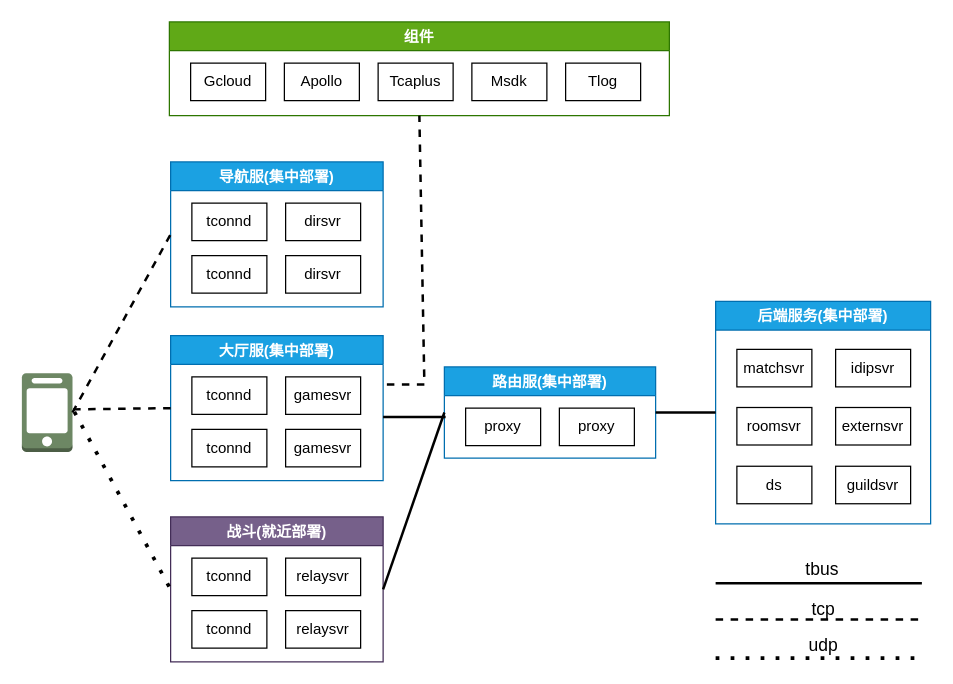
This is page "整体架构图" (1 of 10) of NISHIKI架构.drawio from Memoryss/NISHIKI, a draw.io file, before an edit. Source tidied: cells renumbered, new cells numbered last; positions are measured from the earlier drawing's top-left corner, leaving out a move shared by most shapes. Both pictures are drawn from the tidied source at 125%, with x=0, y=0 at pixel (21, 21).
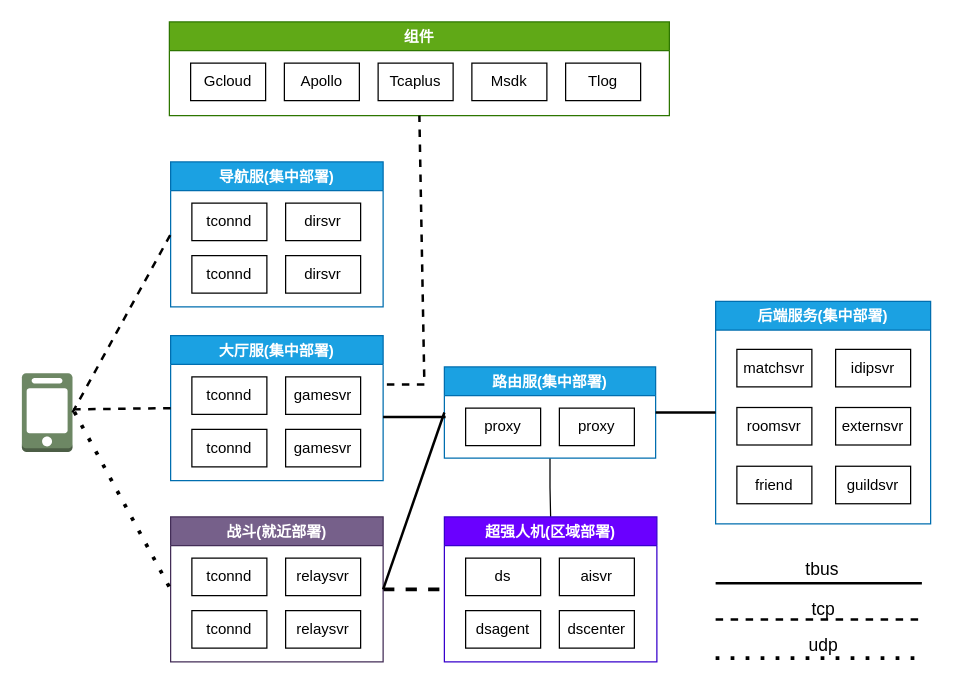
Above is the later version.

Unchanged cells that the change refers to:
```xml
<mxCell id="3" value="战斗(就近部署)" style="swimlane;fillColor=#76608a;fontColor=#ffffff;strokeColor=#432D57;" parent="1" vertex="1">
  <mxGeometry x="119" y="396" width="170" height="116" as="geometry" />
</mxCell>
<mxCell id="8" value="后端服务(集中部署)" style="swimlane;fillColor=#1ba1e2;fontColor=#ffffff;strokeColor=#006EAF;" parent="1" vertex="1">
  <mxGeometry x="555" y="223.5" width="172" height="178" as="geometry" />
</mxCell>
<mxCell id="25" value="路由服(集中部署)" style="swimlane;startSize=23;fillColor=#1ba1e2;fontColor=#ffffff;strokeColor=#006EAF;" parent="1" vertex="1">
  <mxGeometry x="338" y="276" width="169" height="73" as="geometry" />
</mxCell>
```

Change to the diagram source:
```diff
@@
+    <mxCell id="47" style="edgeStyle=orthogonalEdgeStyle;rounded=0;jettySize=auto;html=1;exitX=1;exitY=0.5;exitDx=0;exitDy=0;entryX=0;entryY=0.5;entryDx=0;entryDy=0;endArrow=none;endFill=0;dashed=1;strokeWidth=3;" parent="1" edge="1" source="3" target="49">
+      <mxGeometry relative="1" as="geometry" />
+    </mxCell>
@@
-    <mxCell id="11" value="ds" style="whiteSpace=wrap;html=1;" parent="8" vertex="1">
+    <mxCell id="11" value="friend" style="whiteSpace=wrap;html=1;" parent="8" vertex="1">
       <mxGeometry x="17" y="132" width="60" height="30" as="geometry" />
     </mxCell>
@@
+    <mxCell id="48" style="edgeStyle=orthogonalEdgeStyle;rounded=0;jettySize=auto;html=1;exitX=0.5;exitY=1;exitDx=0;exitDy=0;entryX=0.5;entryY=0;entryDx=0;entryDy=0;endArrow=none;endFill=0;" parent="1" edge="1" source="25" target="49">
+      <mxGeometry relative="1" as="geometry" />
+    </mxCell>
@@
+    <mxCell id="49" value="超强人机(区域部署)" style="swimlane;fillColor=#6a00ff;fontColor=#ffffff;strokeColor=#3700CC;" parent="1" vertex="1">
+      <mxGeometry x="338" y="396" width="170" height="116" as="geometry" />
+    </mxCell>
+    <mxCell id="50" value="ds" style="whiteSpace=wrap;html=1;" parent="49" vertex="1">
+      <mxGeometry x="17" y="33" width="60" height="30" as="geometry" />
+    </mxCell>
+    <mxCell id="51" value="aisvr" style="whiteSpace=wrap;html=1;" parent="49" vertex="1">
+      <mxGeometry x="92" y="33" width="60" height="30" as="geometry" />
+    </mxCell>
+    <mxCell id="52" value="dsagent" style="whiteSpace=wrap;html=1;" parent="49" vertex="1">
+      <mxGeometry x="17" y="75" width="60" height="30" as="geometry" />
+    </mxCell>
+    <mxCell id="53" value="dscenter" style="whiteSpace=wrap;html=1;" parent="49" vertex="1">
+      <mxGeometry x="92" y="75" width="60" height="30" as="geometry" />
+    </mxCell>
```
